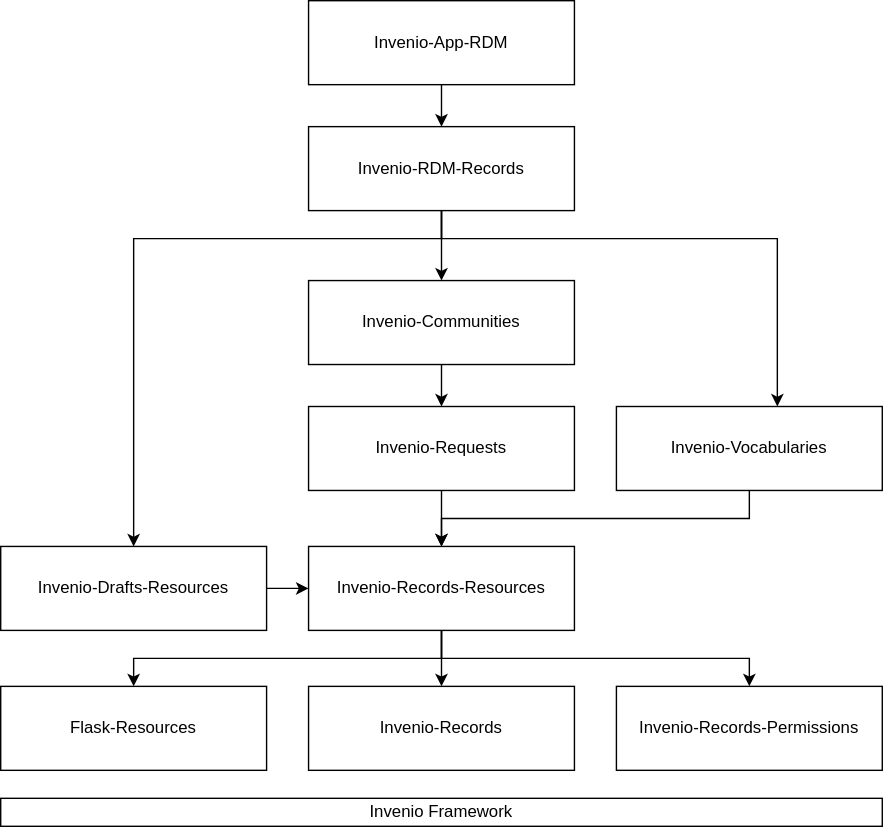
Earlier version of the draw.io export docs/develop/img/repository-overview.svg (inveniosoftware/docs-invenio-rdm). Source tidied: cells renumbered, new cells last; positions are measured from the earlier drawing's top-left corner, leaving out a move shared by most shapes. Source of this version:
```xml
<mxGraphModel>
  <root>
    <mxCell id="0" />
    <mxCell id="1" parent="0" />
    <mxCell id="2" style="edgeStyle=orthogonalEdgeStyle;rounded=0;jettySize=auto;html=1;exitX=0.5;exitY=1;exitDx=0;exitDy=0;entryX=0.5;entryY=0;entryDx=0;entryDy=0;" parent="1" edge="1" source="3" target="7">
      <mxGeometry relative="1" as="geometry" />
    </mxCell>
    <mxCell id="3" value="Invenio-App-RDM" style="rounded=0;whiteSpace=wrap;html=1;" parent="1" vertex="1">
      <mxGeometry x="220" width="190" height="60" as="geometry" />
    </mxCell>
    <mxCell id="4" style="edgeStyle=orthogonalEdgeStyle;rounded=0;jettySize=auto;html=1;exitX=0.5;exitY=1;exitDx=0;exitDy=0;entryX=0.5;entryY=0;entryDx=0;entryDy=0;" parent="1" edge="1" source="7" target="11">
      <mxGeometry relative="1" as="geometry" />
    </mxCell>
    <mxCell id="5" style="edgeStyle=orthogonalEdgeStyle;rounded=0;jettySize=auto;html=1;exitX=0.5;exitY=1;exitDx=0;exitDy=0;" parent="1" edge="1" source="7" target="22">
      <mxGeometry relative="1" as="geometry">
        <Array as="points">
          <mxPoint x="315" y="170" />
          <mxPoint x="555" y="170" />
        </Array>
      </mxGeometry>
    </mxCell>
    <mxCell id="6" style="edgeStyle=orthogonalEdgeStyle;rounded=0;jettySize=auto;html=1;exitX=0.5;exitY=1;exitDx=0;exitDy=0;" parent="1" edge="1" source="7" target="13">
      <mxGeometry relative="1" as="geometry">
        <Array as="points">
          <mxPoint x="315" y="170" />
          <mxPoint x="95" y="170" />
        </Array>
      </mxGeometry>
    </mxCell>
    <mxCell id="7" value="Invenio-RDM-Records" style="rounded=0;whiteSpace=wrap;html=1;" parent="1" vertex="1">
      <mxGeometry x="220" y="90" width="190" height="60" as="geometry" />
    </mxCell>
    <mxCell id="8" style="edgeStyle=orthogonalEdgeStyle;rounded=0;jettySize=auto;html=1;exitX=0.5;exitY=1;exitDx=0;exitDy=0;" parent="1" edge="1" source="9" target="17">
      <mxGeometry relative="1" as="geometry" />
    </mxCell>
    <mxCell id="9" value="Invenio-Requests" style="rounded=0;whiteSpace=wrap;html=1;" parent="1" vertex="1">
      <mxGeometry x="220" y="290" width="190" height="60" as="geometry" />
    </mxCell>
    <mxCell id="10" style="edgeStyle=orthogonalEdgeStyle;rounded=0;jettySize=auto;html=1;exitX=0.5;exitY=1;exitDx=0;exitDy=0;entryX=0.5;entryY=0;entryDx=0;entryDy=0;" parent="1" edge="1" source="11" target="9">
      <mxGeometry relative="1" as="geometry" />
    </mxCell>
    <mxCell id="11" value="Invenio-Communities" style="rounded=0;whiteSpace=wrap;html=1;" parent="1" vertex="1">
      <mxGeometry x="220" y="200" width="190" height="60" as="geometry" />
    </mxCell>
    <mxCell id="12" style="edgeStyle=orthogonalEdgeStyle;rounded=0;jettySize=auto;html=1;exitX=1;exitY=0.5;exitDx=0;exitDy=0;entryX=0;entryY=0.5;entryDx=0;entryDy=0;" parent="1" edge="1" source="13" target="17">
      <mxGeometry relative="1" as="geometry" />
    </mxCell>
    <mxCell id="13" value="Invenio-Drafts-Resources" style="rounded=0;whiteSpace=wrap;html=1;" parent="1" vertex="1">
      <mxGeometry y="390" width="190" height="60" as="geometry" />
    </mxCell>
    <mxCell id="14" style="edgeStyle=orthogonalEdgeStyle;rounded=0;jettySize=auto;html=1;exitX=0.5;exitY=1;exitDx=0;exitDy=0;" parent="1" edge="1" source="17" target="18">
      <mxGeometry relative="1" as="geometry" />
    </mxCell>
    <mxCell id="15" style="edgeStyle=orthogonalEdgeStyle;rounded=0;jettySize=auto;html=1;exitX=0.5;exitY=1;exitDx=0;exitDy=0;" parent="1" edge="1" source="17" target="19">
      <mxGeometry relative="1" as="geometry" />
    </mxCell>
    <mxCell id="16" style="edgeStyle=orthogonalEdgeStyle;rounded=0;jettySize=auto;html=1;exitX=0.5;exitY=1;exitDx=0;exitDy=0;" parent="1" edge="1" source="17" target="20">
      <mxGeometry relative="1" as="geometry" />
    </mxCell>
    <mxCell id="17" value="Invenio-Records-Resources" style="rounded=0;whiteSpace=wrap;html=1;" parent="1" vertex="1">
      <mxGeometry x="220" y="390" width="190" height="60" as="geometry" />
    </mxCell>
    <mxCell id="18" value="Flask-Resources" style="rounded=0;whiteSpace=wrap;html=1;" parent="1" vertex="1">
      <mxGeometry y="490" width="190" height="60" as="geometry" />
    </mxCell>
    <mxCell id="19" value="Invenio-Records" style="rounded=0;whiteSpace=wrap;html=1;" parent="1" vertex="1">
      <mxGeometry x="220" y="490" width="190" height="60" as="geometry" />
    </mxCell>
    <mxCell id="20" value="Invenio-Records-Permissions" style="rounded=0;whiteSpace=wrap;html=1;" parent="1" vertex="1">
      <mxGeometry x="440" y="490" width="190" height="60" as="geometry" />
    </mxCell>
    <mxCell id="21" style="edgeStyle=orthogonalEdgeStyle;rounded=0;jettySize=auto;html=1;exitX=0.5;exitY=1;exitDx=0;exitDy=0;" parent="1" edge="1" source="22" target="17">
      <mxGeometry relative="1" as="geometry" />
    </mxCell>
    <mxCell id="22" value="Invenio-Vocabularies" style="rounded=0;whiteSpace=wrap;html=1;" parent="1" vertex="1">
      <mxGeometry x="440" y="290" width="190" height="60" as="geometry" />
    </mxCell>
    <mxCell id="23" value="Invenio Framework" style="rounded=0;whiteSpace=wrap;html=1;" parent="1" vertex="1">
      <mxGeometry y="570" width="630" height="20" as="geometry" />
    </mxCell>
  </root>
</mxGraphModel>
```
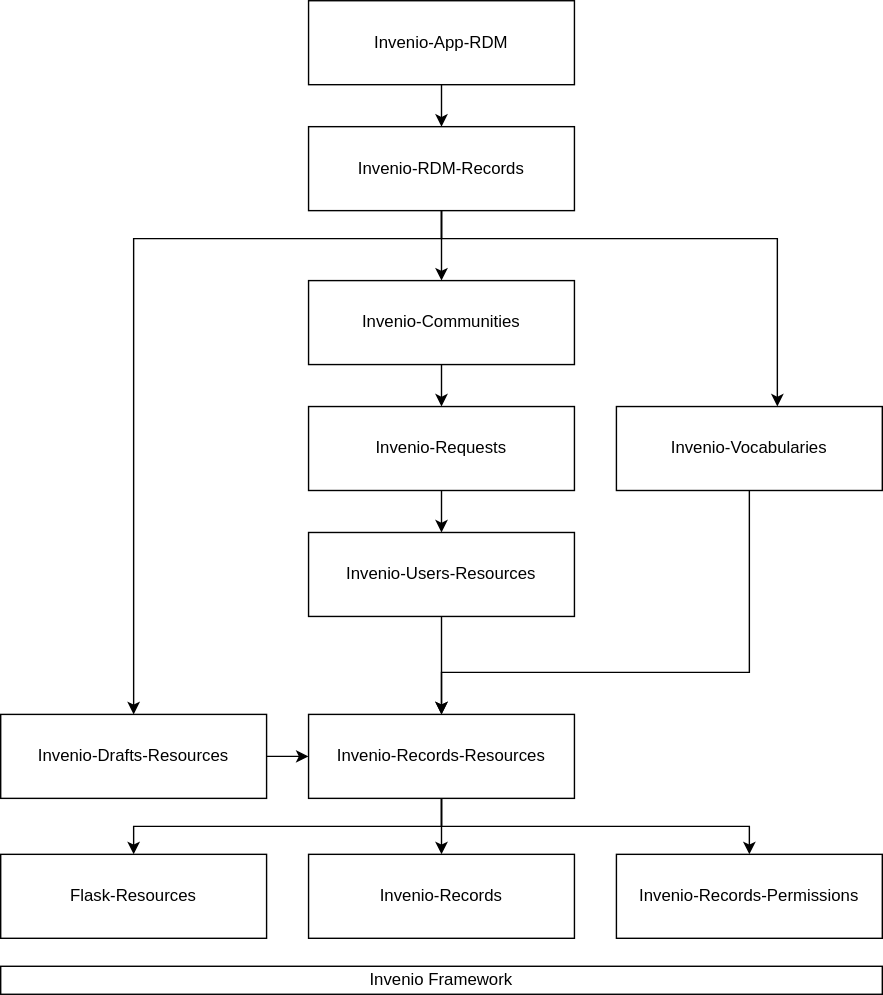
The same file after the commit.

Commit message:
develop: add invenio-users-resources

What changed in the source:
```diff
@@ -6,7 +6,7 @@
       <mxGeometry relative="1" as="geometry" />
     </mxCell>
     <mxCell id="3" value="Invenio-App-RDM" style="rounded=0;whiteSpace=wrap;html=1;" parent="1" vertex="1">
-      <mxGeometry x="220" width="190" height="60" as="geometry" />
+      <mxGeometry x="220" y="-120" width="190" height="60" as="geometry" />
     </mxCell>
     <mxCell id="4" style="edgeStyle=orthogonalEdgeStyle;rounded=0;jettySize=auto;html=1;exitX=0.5;exitY=1;exitDx=0;exitDy=0;entryX=0.5;entryY=0;entryDx=0;entryDy=0;" parent="1" edge="1" source="7" target="11">
       <mxGeometry relative="1" as="geometry" />
@@ -14,33 +14,33 @@
     <mxCell id="5" style="edgeStyle=orthogonalEdgeStyle;rounded=0;jettySize=auto;html=1;exitX=0.5;exitY=1;exitDx=0;exitDy=0;" parent="1" edge="1" source="7" target="22">
       <mxGeometry relative="1" as="geometry">
         <Array as="points">
-          <mxPoint x="315" y="170" />
-          <mxPoint x="555" y="170" />
+          <mxPoint x="315" y="50" />
+          <mxPoint x="555" y="50" />
         </Array>
       </mxGeometry>
     </mxCell>
     <mxCell id="6" style="edgeStyle=orthogonalEdgeStyle;rounded=0;jettySize=auto;html=1;exitX=0.5;exitY=1;exitDx=0;exitDy=0;" parent="1" edge="1" source="7" target="13">
       <mxGeometry relative="1" as="geometry">
         <Array as="points">
-          <mxPoint x="315" y="170" />
-          <mxPoint x="95" y="170" />
+          <mxPoint x="315" y="50" />
+          <mxPoint x="95" y="50" />
         </Array>
       </mxGeometry>
     </mxCell>
     <mxCell id="7" value="Invenio-RDM-Records" style="rounded=0;whiteSpace=wrap;html=1;" parent="1" vertex="1">
-      <mxGeometry x="220" y="90" width="190" height="60" as="geometry" />
+      <mxGeometry x="220" y="-30" width="190" height="60" as="geometry" />
     </mxCell>
-    <mxCell id="8" style="edgeStyle=orthogonalEdgeStyle;rounded=0;jettySize=auto;html=1;exitX=0.5;exitY=1;exitDx=0;exitDy=0;" parent="1" edge="1" source="9" target="17">
-      <mxGeometry relative="1" as="geometry" />
-    </mxCell>
+    <mxCell id="24" style="edgeStyle=orthogonalEdgeStyle;rounded=0;jettySize=auto;html=1;exitX=0.5;exitY=1;exitDx=0;exitDy=0;entryX=0.5;entryY=0;entryDx=0;entryDy=0;" parent="1" edge="1" source="9" target="26">
+      <mxGeometry relative="1" as="geometry" />
+    </mxCell>
     <mxCell id="9" value="Invenio-Requests" style="rounded=0;whiteSpace=wrap;html=1;" parent="1" vertex="1">
-      <mxGeometry x="220" y="290" width="190" height="60" as="geometry" />
+      <mxGeometry x="220" y="170" width="190" height="60" as="geometry" />
     </mxCell>
     <mxCell id="10" style="edgeStyle=orthogonalEdgeStyle;rounded=0;jettySize=auto;html=1;exitX=0.5;exitY=1;exitDx=0;exitDy=0;entryX=0.5;entryY=0;entryDx=0;entryDy=0;" parent="1" edge="1" source="11" target="9">
       <mxGeometry relative="1" as="geometry" />
     </mxCell>
     <mxCell id="11" value="Invenio-Communities" style="rounded=0;whiteSpace=wrap;html=1;" parent="1" vertex="1">
-      <mxGeometry x="220" y="200" width="190" height="60" as="geometry" />
+      <mxGeometry x="220" y="80" width="190" height="60" as="geometry" />
     </mxCell>
     <mxCell id="12" style="edgeStyle=orthogonalEdgeStyle;rounded=0;jettySize=auto;html=1;exitX=1;exitY=0.5;exitDx=0;exitDy=0;entryX=0;entryY=0.5;entryDx=0;entryDy=0;" parent="1" edge="1" source="13" target="17">
       <mxGeometry relative="1" as="geometry" />
@@ -70,13 +70,24 @@
       <mxGeometry x="440" y="490" width="190" height="60" as="geometry" />
     </mxCell>
     <mxCell id="21" style="edgeStyle=orthogonalEdgeStyle;rounded=0;jettySize=auto;html=1;exitX=0.5;exitY=1;exitDx=0;exitDy=0;" parent="1" edge="1" source="22" target="17">
-      <mxGeometry relative="1" as="geometry" />
+      <mxGeometry relative="1" as="geometry">
+        <Array as="points">
+          <mxPoint x="535" y="360" />
+          <mxPoint x="315" y="360" />
+        </Array>
+      </mxGeometry>
     </mxCell>
     <mxCell id="22" value="Invenio-Vocabularies" style="rounded=0;whiteSpace=wrap;html=1;" parent="1" vertex="1">
-      <mxGeometry x="440" y="290" width="190" height="60" as="geometry" />
+      <mxGeometry x="440" y="170" width="190" height="60" as="geometry" />
     </mxCell>
     <mxCell id="23" value="Invenio Framework" style="rounded=0;whiteSpace=wrap;html=1;" parent="1" vertex="1">
       <mxGeometry y="570" width="630" height="20" as="geometry" />
     </mxCell>
+    <mxCell id="25" style="edgeStyle=orthogonalEdgeStyle;rounded=0;jettySize=auto;html=1;exitX=0.5;exitY=1;exitDx=0;exitDy=0;entryX=0.5;entryY=0;entryDx=0;entryDy=0;" parent="1" edge="1" source="26" target="17">
+      <mxGeometry relative="1" as="geometry" />
+    </mxCell>
+    <mxCell id="26" value="Invenio-Users-Resources" style="rounded=0;whiteSpace=wrap;html=1;" parent="1" vertex="1">
+      <mxGeometry x="220" y="260" width="190" height="60" as="geometry" />
+    </mxCell>
   </root>
 </mxGraphModel>
```
